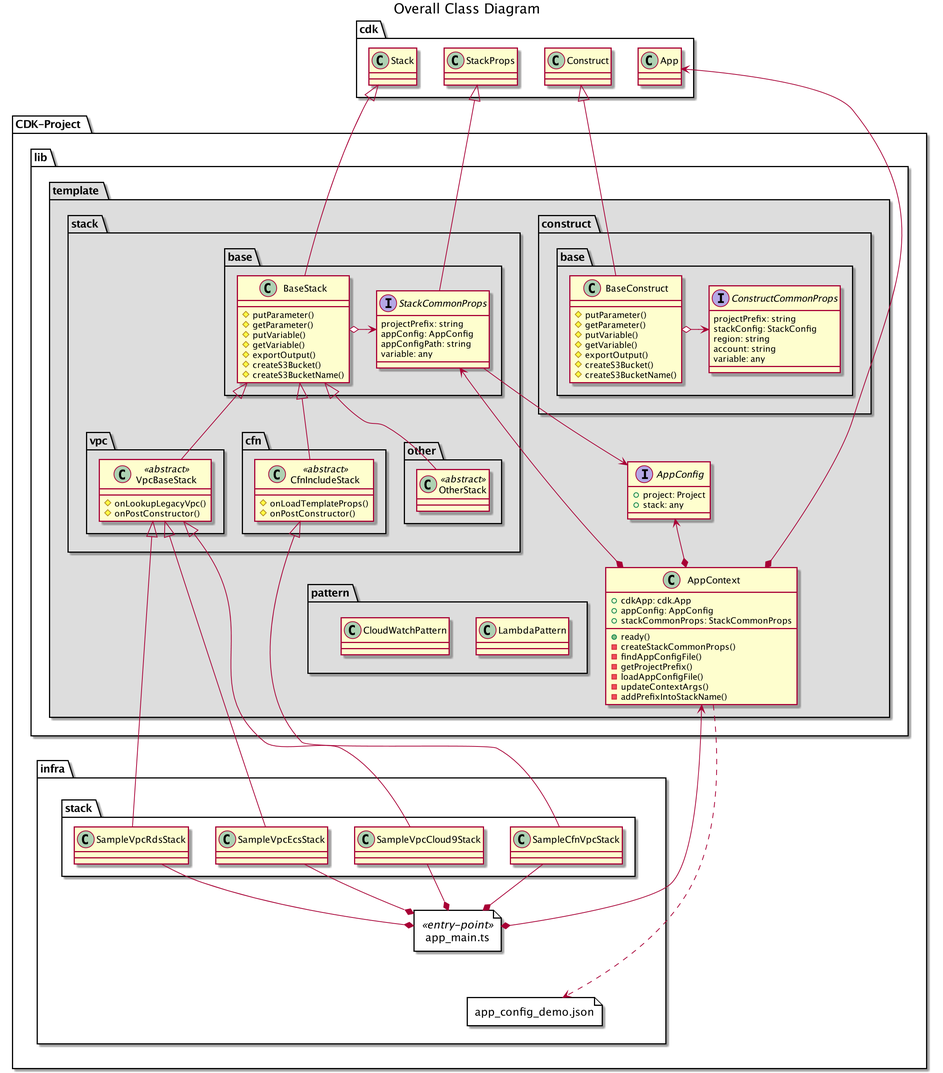
aws-samples/aws-cdk-project-template-for-devops keeps this PlantUML diagram as docs/asset/classdiagram-overall.png. Above is the earlier version.
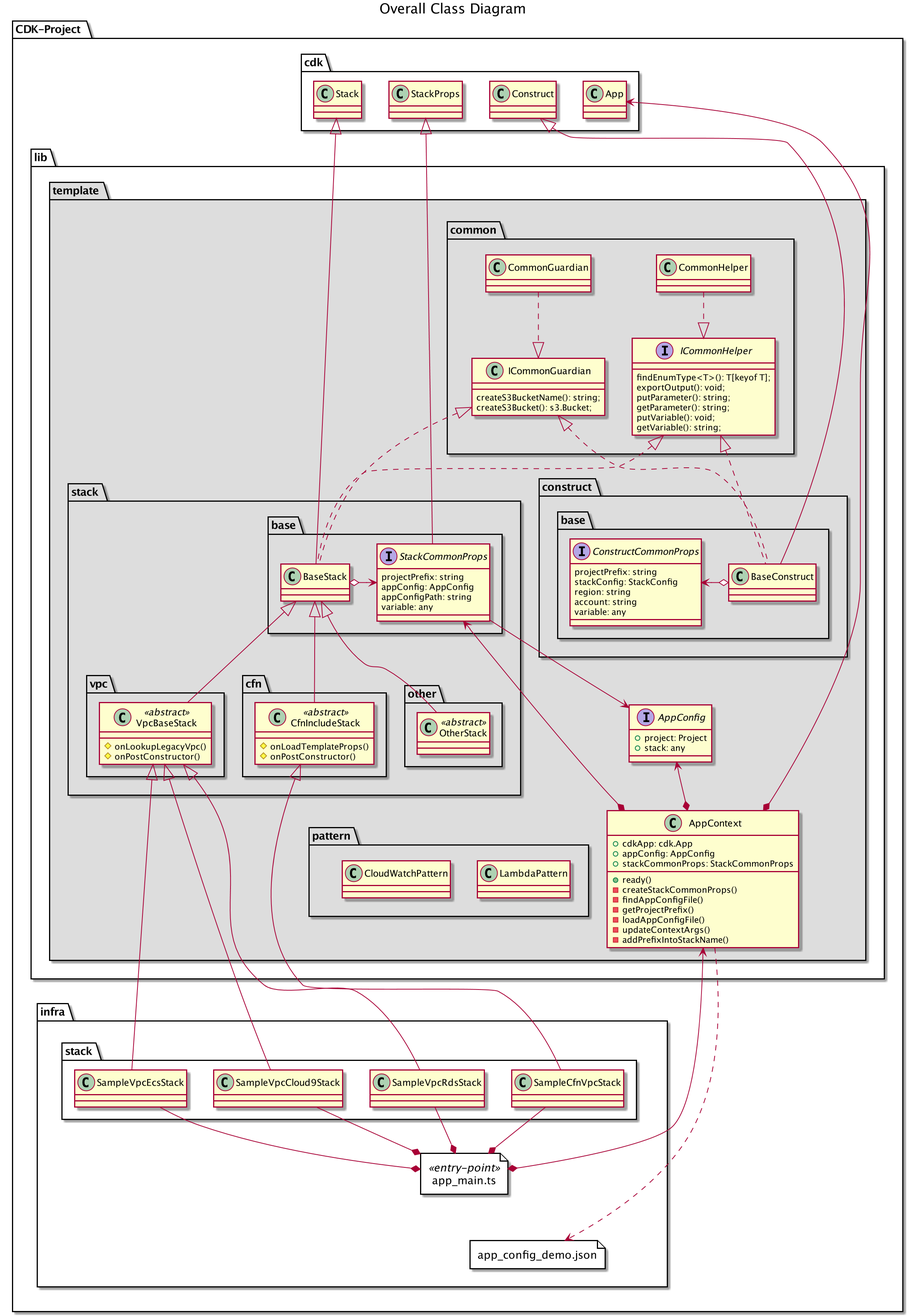
Above is the later version.

What changed in the source:
```diff
@@ -6,7 +6,12 @@
 
 package CDK-Project {
 
-    package CDK-Project {
+    namespace cdk {
+        class Stack {}
+        class StackProps {}
+        class Construct {}
+        class App {}
+    }
 
     package lib {
         package template #DDDDDD {
@@ -28,6 +33,32 @@
                 -addPrefixIntoStackName()
             }
 
+            namespace template.common {
+                interface ICommonHelper {
+                    findEnumType<T>(): T[keyof T];
+                    exportOutput(): void;
+                    putParameter(): string;
+                    getParameter(): string;
+                    putVariable(): void;
+                    getVariable(): string;
+                }
+                class CommonHelper {
+
+                }
+
+                CommonHelper ..|> ICommonHelper
+
+                interface ICommonGuardian {
+                    createS3BucketName(): string;
+                    createS3Bucket(): s3.Bucket;
+                }
+                class ICommonGuardian {
+
+                }
+
+                CommonGuardian ..|> ICommonGuardian
+            }
+
             package construct {
                 namespace construct.base {
                     interface ConstructCommonProps {
@@ -38,16 +69,8 @@
                         variable: any
                     }
                     class BaseConstruct {
-                        #putParameter()
-                        #getParameter()
-                        #putVariable()
-                        #getVariable()
-                        #exportOutput()
-                        #createS3Bucket()
-                        #createS3BucketName()
                     }
-                    cdk.Construct <|-- BaseConstruct
-                    BaseConstruct o-right-> ConstructCommonProps
+                    BaseConstruct o-left-> ConstructCommonProps
                 }
             }
 
@@ -60,13 +83,6 @@
                         variable: any
                     }
                     class BaseStack {
-                        #putParameter()
-                        #getParameter()
-                        #putVariable()
-                        #getVariable()
-                        #exportOutput()
-                        #createS3Bucket()
-                        #createS3BucketName()
                     }
                     BaseStack o-right-> StackCommonProps
                 }
@@ -92,6 +108,12 @@
                 }
 
             }
+
+            stack.base.BaseStack .up.|> template.common.ICommonHelper
+            construct.base.BaseConstruct .up.|> template.common.ICommonHelper
+            stack.base.BaseStack .up.|> template.common.ICommonGuardian
+            construct.base.BaseConstruct .up.|> template.common.ICommonGuardian
+
             namespace pattern {
                 class LambdaPattern {
                 }
@@ -102,10 +124,12 @@
             AppConfig <--* AppContext
             stack.base.StackCommonProps <--* AppContext
         }
-    cdk.App <--* AppContext
-    cdk.Stack <|-- stack.base.BaseStack
+    template.common -up[hidden]-> cdk.App
+    AppContext *-up-> cdk.App
+    stack.base.BaseStack -up-|> cdk.Stack
+    stack.base.StackCommonProps -up-|> cdk.StackProps
+    cdk.Construct <|-down- construct.base.BaseConstruct
     stack.base.StackCommonProps --> AppConfig
-    cdk.StackProps <|-- stack.base.StackCommonProps
     }
 
     package infra {
```
